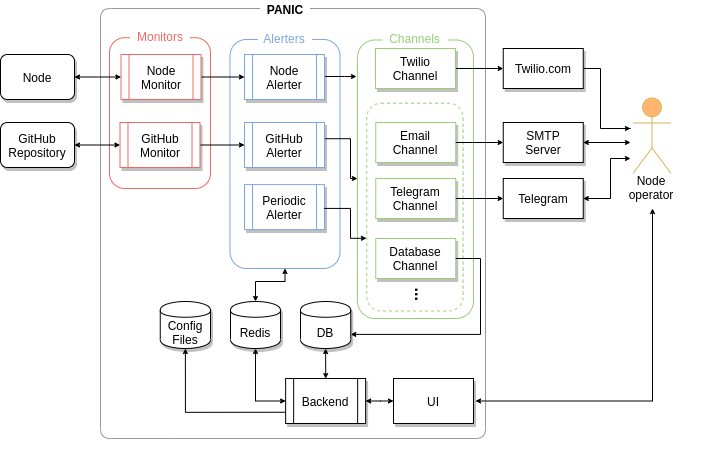
Earlier version of the draw.io export doc/images/IMG_DESIGN_10x.png (SimplyStaking/panic_oasis). Source tidied: cells renumbered, new cells last; positions are measured from the earlier drawing's top-left corner, leaving out a move shared by most shapes.
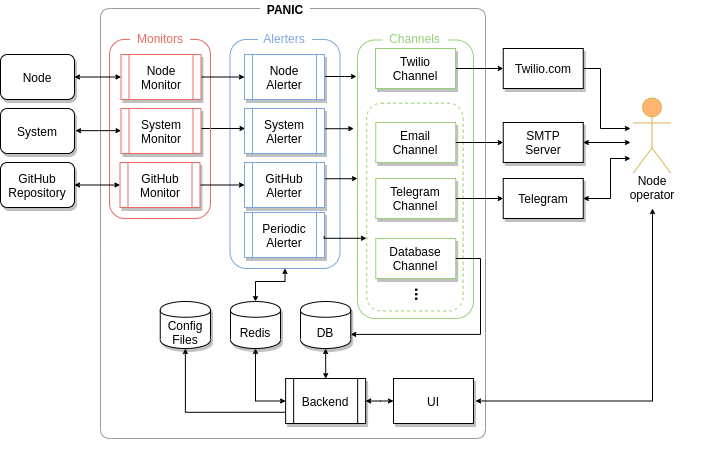
Above is the later version.

The edit, as a diff of the source:
```diff
@@ -47,6 +47,15 @@
     <mxCell id="14" value="Alerters" style="text;html=1;strokeColor=none;fillColor=#ffffff;align=center;verticalAlign=middle;whiteSpace=wrap;rounded=0;shadow=0;dashed=1;fontColor=#7EA6E0;" parent="12" vertex="1">
       <mxGeometry x="27.9" width="54.2" height="19.9" as="geometry" />
     </mxCell>
+    <mxCell id="62" style="edgeStyle=orthogonalEdgeStyle;rounded=0;orthogonalLoop=1;jettySize=auto;html=1;exitX=0.997;exitY=0.361;exitDx=0;exitDy=0;startArrow=none;startFill=0;startSize=3;endArrow=classic;endFill=1;endSize=3;strokeColor=#000000;fontSize=1;fontColor=#33FF33;exitPerimeter=0;" parent="12" edge="1">
+      <mxGeometry relative="1" as="geometry">
+        <mxPoint x="90.5" y="100.2" as="sourcePoint" />
+        <mxPoint x="123.7" y="100" as="targetPoint" />
+        <Array as="points">
+          <mxPoint x="116.7" y="100" />
+        </Array>
+      </mxGeometry>
+    </mxCell>
     <mxCell id="15" value="&lt;b&gt;PANIC&lt;/b&gt;" style="text;html=1;strokeColor=none;fillColor=#ffffff;align=center;verticalAlign=middle;whiteSpace=wrap;rounded=0;shadow=0;dashed=1;" parent="3" vertex="1">
       <mxGeometry x="157.2" y="-18" width="50" height="18" as="geometry" />
     </mxCell>
@@ -69,14 +78,20 @@
         </Array>
       </mxGeometry>
     </mxCell>
+    <mxCell id="63" style="edgeStyle=orthogonalEdgeStyle;rounded=0;orthogonalLoop=1;jettySize=auto;html=1;exitX=1;exitY=0.5;exitDx=0;exitDy=0;startArrow=none;startFill=0;endArrow=classic;endFill=1;strokeColor=#000000;fontColor=#33FF33;endSize=3;startSize=3;" parent="3" edge="1">
+      <mxGeometry relative="1" as="geometry">
+        <mxPoint x="97.8" y="110" as="sourcePoint" />
+        <mxPoint x="142.2" y="110" as="targetPoint" />
+      </mxGeometry>
+    </mxCell>
     <mxCell id="18" style="group;" parent="1" vertex="1">
-      <mxGeometry x="109" y="28" width="101" height="160" as="geometry" />
+      <mxGeometry x="109" y="28" width="101" height="190" as="geometry" />
     </mxCell>
     <mxCell id="19" style="rounded=1;whiteSpace=wrap;html=1;shadow=0;fillColor=none;strokeColor=#EA6B66;" parent="18" vertex="1">
-      <mxGeometry y="9.2" width="101" height="150.8" as="geometry" />
+      <mxGeometry y="10.9" width="101" height="179.1" as="geometry" />
     </mxCell>
     <mxCell id="20" value="Monitors" style="text;html=1;strokeColor=none;fillColor=#ffffff;align=center;verticalAlign=middle;whiteSpace=wrap;rounded=0;shadow=0;dashed=1;fontColor=#EA6B66;" parent="18" vertex="1">
-      <mxGeometry x="20.5" width="60" height="16.7" as="geometry" />
+      <mxGeometry x="20.5" width="60" height="19.9" as="geometry" />
     </mxCell>
     <mxCell id="21" value="Node&lt;div&gt;&lt;/div&gt;" style="rounded=1;whiteSpace=wrap;html=1;shadow=1;" parent="1" vertex="1">
       <mxGeometry y="54" width="74" height="45" as="geometry" />
@@ -85,7 +100,7 @@
       <mxGeometry relative="1" as="geometry" />
     </mxCell>
     <mxCell id="23" value="GitHub&lt;br&gt;Repository&lt;br&gt;&lt;div&gt;&lt;/div&gt;" style="rounded=1;whiteSpace=wrap;html=1;shadow=1;" parent="1" vertex="1">
-      <mxGeometry y="122" width="74" height="45" as="geometry" />
+      <mxGeometry y="162" width="74" height="45" as="geometry" />
     </mxCell>
     <mxCell id="24" style="edgeStyle=orthogonalEdgeStyle;rounded=0;jettySize=auto;html=1;exitX=1;exitY=0.5;exitDx=0;exitDy=0;startArrow=none;startFill=0;endArrow=classic;endFill=1;strokeColor=#000000;fontColor=#33FF33;endSize=3;startSize=3;" parent="1" edge="1" source="25" target="29">
       <mxGeometry relative="1" as="geometry" />
@@ -97,7 +112,7 @@
       <mxGeometry relative="1" as="geometry" />
     </mxCell>
     <mxCell id="27" value="GitHub&lt;br&gt;Monitor" style="shape=process;whiteSpace=wrap;html=1;backgroundOutline=1;shadow=1;strokeColor=#EA6B66;" parent="1" vertex="1">
-      <mxGeometry x="119.5" y="122" width="80" height="45" as="geometry" />
+      <mxGeometry x="119.5" y="162" width="80" height="45" as="geometry" />
     </mxCell>
     <mxCell id="28" style="edgeStyle=orthogonalEdgeStyle;rounded=0;orthogonalLoop=1;jettySize=auto;html=1;startArrow=none;startFill=0;startSize=3;endArrow=classic;endFill=1;endSize=3;strokeColor=#000000;fontSize=1;fontColor=#33FF33;" parent="1" edge="1">
       <mxGeometry relative="1" as="geometry">
@@ -121,10 +136,10 @@
       </mxGeometry>
     </mxCell>
     <mxCell id="31" value="GitHub&lt;br&gt;Alerter" style="shape=process;whiteSpace=wrap;html=1;backgroundOutline=1;shadow=1;strokeColor=#7EA6E0;" parent="1" vertex="1">
-      <mxGeometry x="244" y="122" width="80" height="45" as="geometry" />
+      <mxGeometry x="244" y="162" width="80" height="45" as="geometry" />
     </mxCell>
     <mxCell id="32" value="Periodic&lt;br&gt;Alerter" style="shape=process;whiteSpace=wrap;html=1;backgroundOutline=1;shadow=1;strokeColor=#7EA6E0;" parent="1" vertex="1">
-      <mxGeometry x="244" y="184.1" width="80" height="45" as="geometry" />
+      <mxGeometry x="244" y="212" width="80" height="45" as="geometry" />
     </mxCell>
     <mxCell id="33" style="edgeStyle=orthogonalEdgeStyle;rounded=0;jettySize=auto;html=1;exitX=1;exitY=0.5;exitDx=0;exitDy=0;entryX=0;entryY=0.5;entryDx=0;entryDy=0;startArrow=none;startFill=0;startSize=3;endArrow=classic;endFill=1;endSize=3;strokeColor=#000000;fontSize=1;fontColor=#33FF33;" parent="1" edge="1" source="34" target="36">
       <mxGeometry relative="1" as="geometry" />
@@ -235,8 +250,7 @@
     <mxCell id="58" style="edgeStyle=orthogonalEdgeStyle;rounded=0;jettySize=auto;html=1;exitX=0.996;exitY=0.529;exitDx=0;exitDy=0;startArrow=none;startFill=0;endArrow=classic;endFill=1;strokeColor=#000000;fontColor=#33FF33;entryX=-0.003;entryY=0.65;entryDx=0;entryDy=0;entryPerimeter=0;exitPerimeter=0;endSize=3;startSize=3;" parent="1" edge="1" source="32" target="6">
       <mxGeometry relative="1" as="geometry">
         <Array as="points">
-          <mxPoint x="350" y="208" />
-          <mxPoint x="350" y="238" />
+          <mxPoint x="324" y="238" />
         </Array>
       </mxGeometry>
     </mxCell>
@@ -254,5 +268,20 @@
     <mxCell id="61" value="&lt;div&gt;Config&lt;/div&gt;&lt;div&gt;Files&lt;br&gt;&lt;/div&gt;" style="shape=cylinder;whiteSpace=wrap;html=1;boundedLbl=1;backgroundOutline=1;shadow=1;" parent="1" vertex="1">
       <mxGeometry x="159.8" y="301" width="50.2" height="47" as="geometry" />
     </mxCell>
+    <mxCell id="64" value="System&lt;br&gt;Alerter" style="shape=process;whiteSpace=wrap;html=1;backgroundOutline=1;shadow=1;strokeColor=#7EA6E0;" parent="1" vertex="1">
+      <mxGeometry x="244" y="108" width="80" height="45" as="geometry" />
+    </mxCell>
+    <mxCell id="65" value="System&lt;div&gt;&lt;/div&gt;" style="rounded=1;whiteSpace=wrap;html=1;shadow=1;" parent="1" vertex="1">
+      <mxGeometry y="108" width="74" height="45" as="geometry" />
+    </mxCell>
+    <mxCell id="66" value="System&lt;br&gt;Monitor" style="shape=process;whiteSpace=wrap;html=1;backgroundOutline=1;shadow=1;strokeColor=#EA6B66;" parent="1" vertex="1">
+      <mxGeometry x="120.5" y="108" width="80" height="45" as="geometry" />
+    </mxCell>
+    <mxCell id="67" style="edgeStyle=orthogonalEdgeStyle;rounded=0;orthogonalLoop=1;jettySize=auto;html=1;exitX=1;exitY=0.5;exitDx=0;exitDy=0;entryX=0;entryY=0.5;entryDx=0;entryDy=0;startArrow=classic;startFill=1;endArrow=classic;endFill=1;strokeColor=#000000;fontColor=#33FF33;endSize=3;startSize=3;" parent="1" edge="1">
+      <mxGeometry relative="1" as="geometry">
+        <mxPoint x="75" y="130.2" as="sourcePoint" />
+        <mxPoint x="120.5" y="130.2" as="targetPoint" />
+      </mxGeometry>
+    </mxCell>
   </root>
 </mxGraphModel>
```
